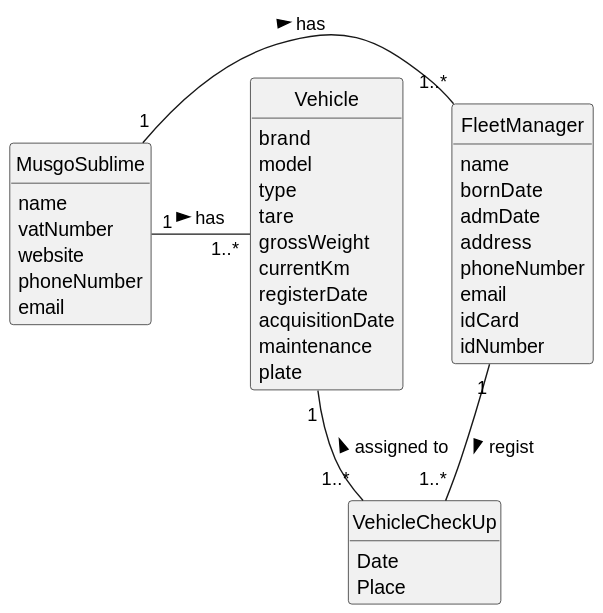
Above: docs/sprintA/us007/02.analysis/svg/us007-domain-model.svg in 1231360-ISEP/lei-24-s2-1db-g021 (PlantUML), before the change. Source of this version:
```plantuml
@startuml
skinparam monochrome true
skinparam packageStyle rectangle
skinparam shadowing false

skinparam classAttributeIconSize 0

hide circle
hide methods

class MusgoSublime {
    name
    vatNumber
    website
    phoneNumber
    email
}

class FleetManager {
    name
    bornDate
    admDate
    address
    phoneNumber
    email
    idCard
    idNumber
}

class Vehicle {
    brand
    model
    type
    tare
    grossWeight
    currentKm
    registerDate
    acquisitionDate
    maintenance
    plate
}

class VehicleCheckUp {
    Date
    Place
}

MusgoSublime "1" - "1..*" FleetManager: has >
MusgoSublime "1" - "1..*" Vehicle: has >
FleetManager "1" -- "1..*" VehicleCheckUp : regist >
Vehicle "1" -- "1..*" VehicleCheckUp : assigned to <
@enduml
```
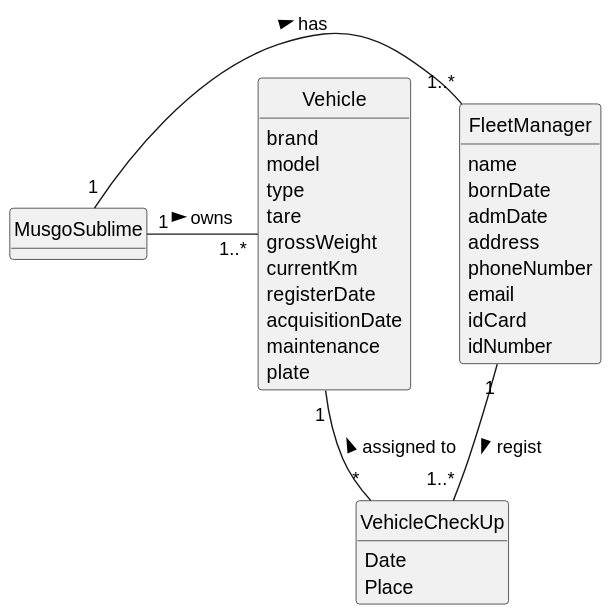
After the change.

Commit message:
Update the US03 and US07 Domain Models and SVG´s.

Change to the diagram source:
```diff
@@ -9,11 +9,6 @@
 hide methods
 
 class MusgoSublime {
-    name
-    vatNumber
-    website
-    phoneNumber
-    email
 }
 
 class FleetManager {
@@ -46,7 +41,7 @@
 }
 
 MusgoSublime "1" - "1..*" FleetManager: has >
-MusgoSublime "1" - "1..*" Vehicle: has >
+MusgoSublime "1" - "1..*" Vehicle: owns >
 FleetManager "1" -- "1..*" VehicleCheckUp : regist >
-Vehicle "1" -- "1..*" VehicleCheckUp : assigned to <
+Vehicle "1" -- "*" VehicleCheckUp : assigned to <
 @enduml
```
